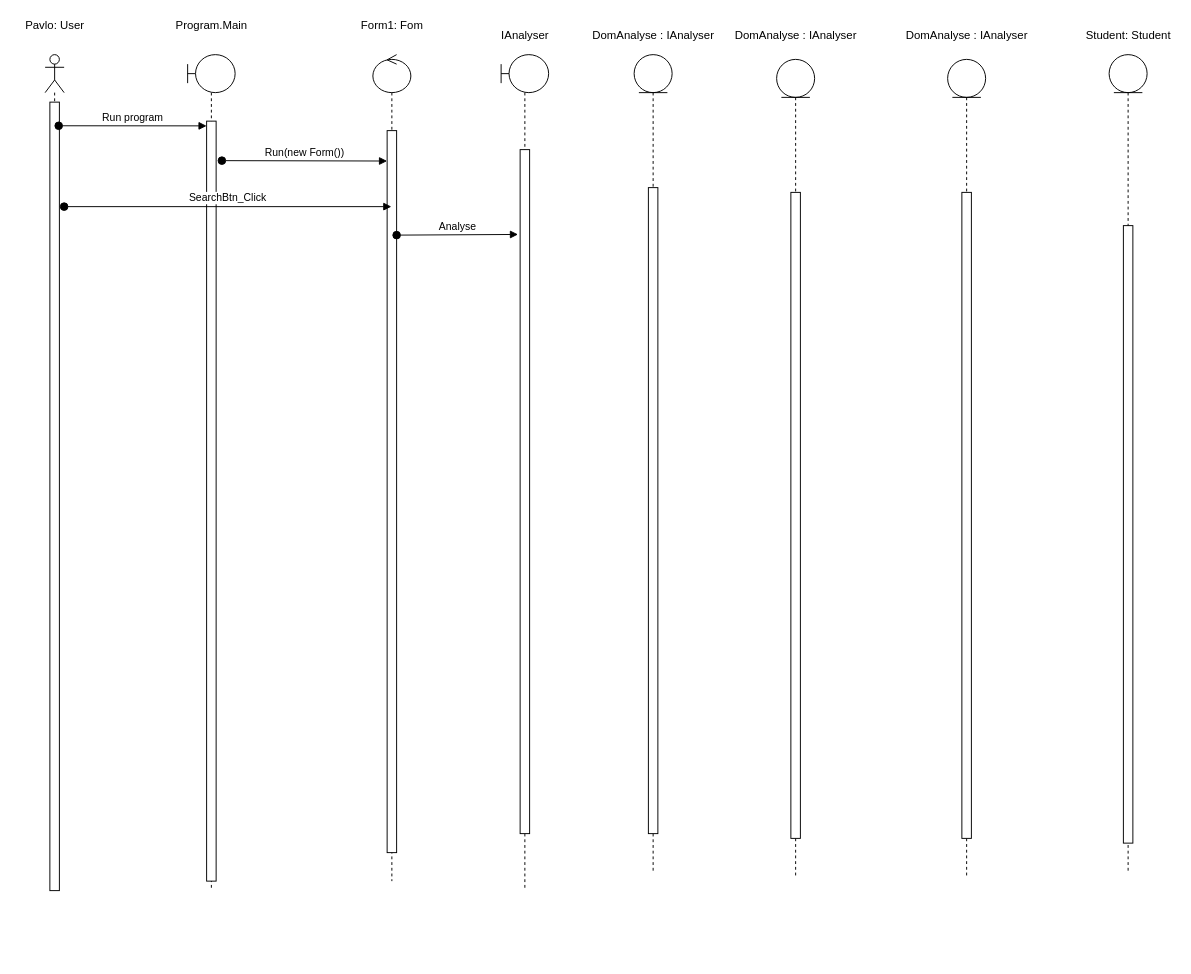
Earlier version of the draw.io diagram SequenceDiagram.drawio (pashokred/Lab2). Source tidied: cells renumbered, new cells numbered last; positions are measured from the earlier drawing's top-left corner, leaving out a move shared by most shapes. Both pictures are drawn from the tidied source at 95%, with x=0, y=0 at pixel (16, 16).
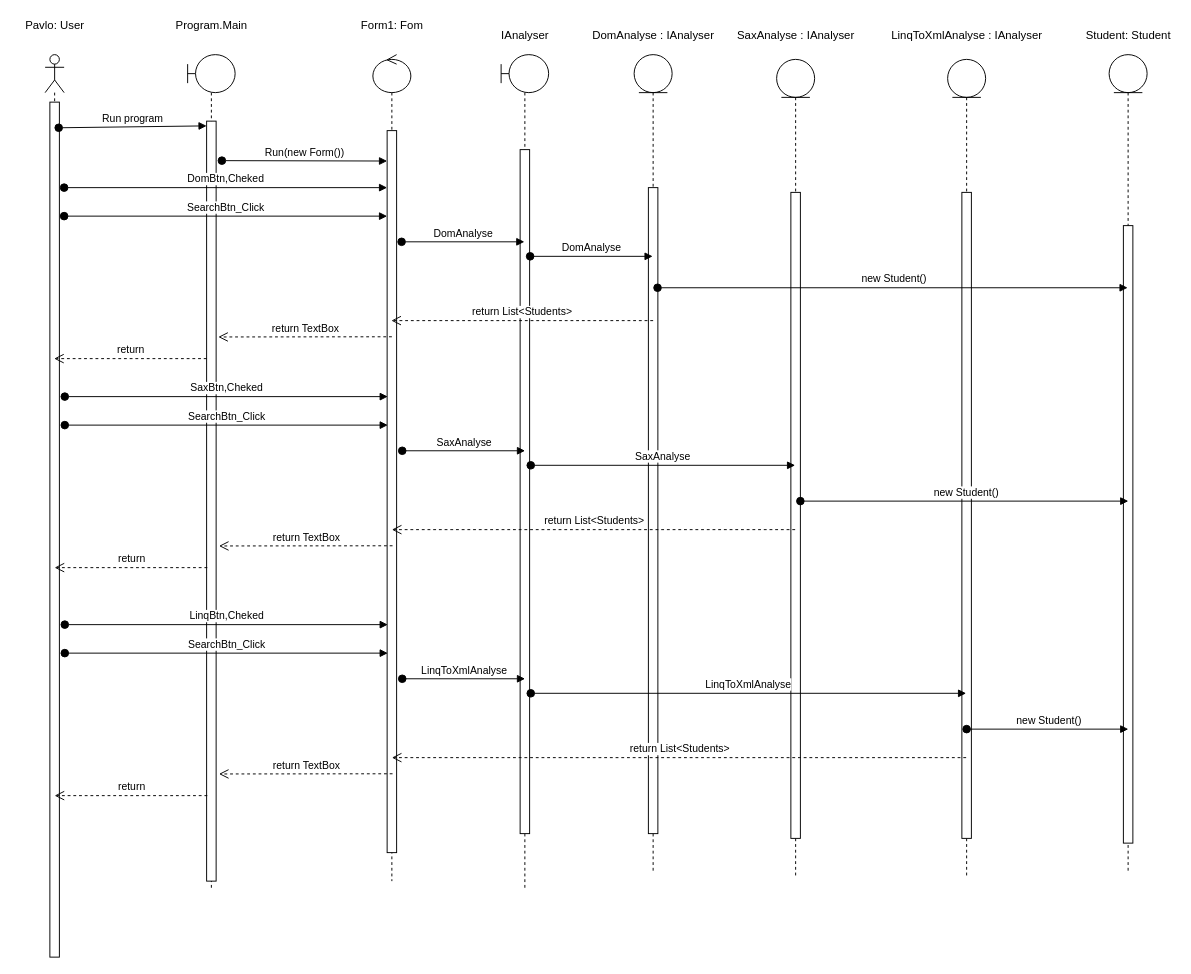
The same diagram, later.

Change to the diagram source:
```diff
@@
-    <mxCell id="2" style="shape=umlLifeline;participant=umlActor;perimeter=lifelinePerimeter;whiteSpace=wrap;html=1;verticalAlign=top;spacingTop=36;" parent="1" vertex="1">
-      <mxGeometry x="30" y="40" width="20" height="880" as="geometry" />
-    </mxCell>
-    <mxCell id="3" style="html=1;points=[];perimeter=orthogonalPerimeter;" parent="2" vertex="1">
-      <mxGeometry x="5" y="50" width="10" height="830" as="geometry" />
-    </mxCell>
-    <mxCell id="4" style="shape=umlLifeline;participant=umlBoundary;perimeter=lifelinePerimeter;whiteSpace=wrap;html=1;verticalAlign=top;spacingTop=36;" parent="1" vertex="1">
-      <mxGeometry x="180" y="40" width="50" height="880" as="geometry" />
-    </mxCell>
+    <mxCell id="30" style="shape=umlLifeline;participant=umlActor;perimeter=lifelinePerimeter;whiteSpace=wrap;html=1;verticalAlign=top;spacingTop=36;outlineConnect=0;" parent="1" vertex="1">
+      <mxGeometry x="30" y="40" width="20" height="950" as="geometry" />
+    </mxCell>
+    <mxCell id="31" style="html=1;points=[];perimeter=orthogonalPerimeter;" parent="30" vertex="1">
+      <mxGeometry x="5" y="50" width="10" height="900" as="geometry" />
+    </mxCell>
+    <mxCell id="32" style="shape=umlLifeline;participant=umlBoundary;perimeter=lifelinePerimeter;whiteSpace=wrap;html=1;verticalAlign=top;spacingTop=36;" parent="1" vertex="1">
+      <mxGeometry x="180" y="40" width="50" height="880" as="geometry" />
+    </mxCell>
-    <mxCell id="5" style="html=1;points=[];perimeter=orthogonalPerimeter;" parent="4" vertex="1">
+    <mxCell id="5" style="html=1;points=[];perimeter=orthogonalPerimeter;" parent="32" vertex="1">
       <mxGeometry x="20" y="70" width="10" height="800" as="geometry" />
     </mxCell>
-    <mxCell id="6" style="shape=umlLifeline;participant=umlControl;perimeter=lifelinePerimeter;whiteSpace=wrap;html=1;verticalAlign=top;spacingTop=36;outlineConnect=0;" parent="1" vertex="1">
-      <mxGeometry x="375" y="40" width="40" height="870" as="geometry" />
-    </mxCell>
+    <mxCell id="33" style="shape=umlLifeline;participant=umlControl;perimeter=lifelinePerimeter;whiteSpace=wrap;html=1;verticalAlign=top;spacingTop=36;outlineConnect=0;" parent="1" vertex="1">
+      <mxGeometry x="375" y="40" width="40" height="870" as="geometry" />
+    </mxCell>
-    <mxCell id="7" style="html=1;points=[];perimeter=orthogonalPerimeter;" parent="6" vertex="1">
+    <mxCell id="7" style="html=1;points=[];perimeter=orthogonalPerimeter;" parent="33" vertex="1">
       <mxGeometry x="15" y="80" width="10" height="760" as="geometry" />
     </mxCell>
-    <mxCell id="8" style="shape=umlLifeline;participant=umlEntity;perimeter=lifelinePerimeter;whiteSpace=wrap;html=1;verticalAlign=top;spacingTop=36;" parent="1" vertex="1">
-      <mxGeometry x="650" y="40" width="40" height="860" as="geometry" />
-    </mxCell>
-    <mxCell id="9" style="html=1;perimeter=orthogonalPerimeter;" parent="8" vertex="1">
-      <mxGeometry x="15" y="140" width="10" height="680" as="geometry" />
-    </mxCell>
+    <mxCell id="34" style="shape=umlLifeline;participant=umlEntity;perimeter=lifelinePerimeter;whiteSpace=wrap;html=1;verticalAlign=top;spacingTop=36;outlineConnect=0;" parent="1" vertex="1">
+      <mxGeometry x="650" y="40" width="40" height="860" as="geometry" />
+    </mxCell>
+    <mxCell id="35" style="html=1;points=[];perimeter=orthogonalPerimeter;" parent="34" vertex="1">
+      <mxGeometry x="15" y="140" width="10" height="680" as="geometry" />
+    </mxCell>
@@
-    <mxCell id="14" style="shape=umlLifeline;participant=umlEntity;perimeter=lifelinePerimeter;whiteSpace=wrap;html=1;verticalAlign=top;spacingTop=36;" parent="1" vertex="1">
-      <mxGeometry x="800" y="45" width="40" height="860" as="geometry" />
-    </mxCell>
-    <mxCell id="15" style="html=1;perimeter=orthogonalPerimeter;" parent="14" vertex="1">
-      <mxGeometry x="15" y="140" width="10" height="680" as="geometry" />
-    </mxCell>
-    <mxCell id="16" value="DomAnalyse&amp;nbsp;: IAnalyser" style="text;html=1;align=center;verticalAlign=middle;" parent="1" vertex="1">
-      <mxGeometry x="750" y="10" width="140" height="20" as="geometry" />
-    </mxCell>
-    <mxCell id="17" style="shape=umlLifeline;participant=umlEntity;perimeter=lifelinePerimeter;whiteSpace=wrap;html=1;verticalAlign=top;spacingTop=36;" parent="1" vertex="1">
-      <mxGeometry x="980" y="45" width="40" height="860" as="geometry" />
-    </mxCell>
-    <mxCell id="18" style="html=1;perimeter=orthogonalPerimeter;" parent="17" vertex="1">
-      <mxGeometry x="15" y="140" width="10" height="680" as="geometry" />
-    </mxCell>
-    <mxCell id="19" style="shape=umlLifeline;participant=umlBoundary;perimeter=lifelinePerimeter;whiteSpace=wrap;html=1;verticalAlign=top;spacingTop=36;" parent="1" vertex="1">
-      <mxGeometry x="510" y="40" width="50" height="880" as="geometry" />
-    </mxCell>
+    <mxCell id="36" style="shape=umlLifeline;participant=umlEntity;perimeter=lifelinePerimeter;whiteSpace=wrap;html=1;verticalAlign=top;spacingTop=36;outlineConnect=0;" parent="1" vertex="1">
+      <mxGeometry x="800" y="45" width="40" height="860" as="geometry" />
+    </mxCell>
+    <mxCell id="37" style="html=1;points=[];perimeter=orthogonalPerimeter;" parent="36" vertex="1">
+      <mxGeometry x="15" y="140" width="10" height="680" as="geometry" />
+    </mxCell>
+    <mxCell id="38" value="SaxAnalyse&amp;nbsp;: IAnalyser" style="text;html=1;align=center;verticalAlign=middle;" parent="1" vertex="1">
+      <mxGeometry x="750" y="10" width="140" height="20" as="geometry" />
+    </mxCell>
+    <mxCell id="39" style="shape=umlLifeline;participant=umlEntity;perimeter=lifelinePerimeter;whiteSpace=wrap;html=1;verticalAlign=top;spacingTop=36;outlineConnect=0;" parent="1" vertex="1">
+      <mxGeometry x="980" y="45" width="40" height="860" as="geometry" />
+    </mxCell>
+    <mxCell id="40" style="html=1;perimeter=orthogonalPerimeter;" parent="39" vertex="1">
+      <mxGeometry x="15" y="140" width="10" height="680" as="geometry" />
+    </mxCell>
+    <mxCell id="41" style="shape=umlLifeline;participant=umlBoundary;perimeter=lifelinePerimeter;whiteSpace=wrap;html=1;verticalAlign=top;spacingTop=36;outlineConnect=0;" parent="1" vertex="1">
+      <mxGeometry x="510" y="40" width="50" height="880" as="geometry" />
+    </mxCell>
-    <mxCell id="20" style="html=1;points=[];perimeter=orthogonalPerimeter;" parent="19" vertex="1">
+    <mxCell id="20" style="html=1;points=[];perimeter=orthogonalPerimeter;" parent="41" vertex="1">
       <mxGeometry x="20" y="100" width="10" height="720" as="geometry" />
     </mxCell>
@@
-    <mxCell id="22" style="shape=umlLifeline;participant=umlEntity;perimeter=lifelinePerimeter;whiteSpace=wrap;html=1;verticalAlign=top;spacingTop=36;" parent="1" vertex="1">
-      <mxGeometry x="1150" y="40" width="40" height="860" as="geometry" />
-    </mxCell>
+    <mxCell id="42" style="shape=umlLifeline;participant=umlEntity;perimeter=lifelinePerimeter;whiteSpace=wrap;html=1;verticalAlign=top;spacingTop=36;outlineConnect=0;" parent="1" vertex="1">
+      <mxGeometry x="1150" y="40" width="40" height="860" as="geometry" />
+    </mxCell>
-    <mxCell id="23" style="html=1;perimeter=orthogonalPerimeter;" parent="22" vertex="1">
+    <mxCell id="23" style="html=1;perimeter=orthogonalPerimeter;" parent="42" vertex="1">
       <mxGeometry x="15" y="180" width="10" height="650" as="geometry" />
     </mxCell>
@@
-    <mxCell id="25" value="DomAnalyse&amp;nbsp;: IAnalyser" style="text;html=1;align=center;verticalAlign=middle;" parent="1" vertex="1">
-      <mxGeometry x="930" y="10" width="140" height="20" as="geometry" />
-    </mxCell>
+    <mxCell id="43" value="LinqToXmlAnalyse&amp;nbsp;: IAnalyser" style="text;html=1;align=center;verticalAlign=middle;" parent="1" vertex="1">
+      <mxGeometry x="915" y="10" width="170" height="20" as="geometry" />
+    </mxCell>
-    <mxCell id="26" value="Run program" style="html=1;verticalAlign=bottom;startArrow=oval;startFill=1;endArrow=block;startSize=8;exitX=0.929;exitY=0.03;exitDx=0;exitDy=0;exitPerimeter=0;" parent="1" edge="1" source="3">
+    <mxCell id="26" value="Run program" style="html=1;verticalAlign=bottom;startArrow=oval;startFill=1;endArrow=block;startSize=8;exitX=0.929;exitY=0.03;exitDx=0;exitDy=0;exitPerimeter=0;" parent="1" edge="1" source="31">
       <mxGeometry relative="1" as="geometry">
         <mxPoint x="200" y="115" as="targetPoint" />
       </mxGeometry>
     </mxCell>
@@
-    <mxCell id="28" value="SearchBtn_Click" style="html=1;verticalAlign=bottom;startArrow=oval;startFill=1;endArrow=block;startSize=8;" parent="1" edge="1" target="6">
-      <mxGeometry relative="1" as="geometry">
-        <mxPoint x="50" y="200" as="sourcePoint" />
-      </mxGeometry>
-    </mxCell>
-    <mxCell id="29" value="Analyse" style="html=1;verticalAlign=bottom;startArrow=oval;startFill=1;endArrow=block;startSize=8;entryX=-0.218;entryY=0.124;entryDx=0;entryDy=0;entryPerimeter=0;" parent="1" edge="1" target="20">
-      <mxGeometry relative="1" as="geometry">
-        <mxPoint x="400" y="230" as="sourcePoint" />
-      </mxGeometry>
-    </mxCell>
+    <mxCell id="44" value="SearchBtn_Click" style="html=1;verticalAlign=bottom;startArrow=oval;startFill=1;endArrow=block;startSize=8;" parent="1" edge="1">
+      <mxGeometry relative="1" as="geometry">
+        <mxPoint x="50" y="210" as="sourcePoint" />
+        <mxPoint x="390" y="210" as="targetPoint" />
+      </mxGeometry>
+    </mxCell>
+    <mxCell id="45" value="DomAnalyse" style="html=1;verticalAlign=bottom;startArrow=oval;startFill=1;endArrow=block;startSize=8;exitX=1.524;exitY=0.154;exitDx=0;exitDy=0;exitPerimeter=0;" parent="1" edge="1" source="7" target="41">
+      <mxGeometry relative="1" as="geometry" />
+    </mxCell>
+    <mxCell id="46" value="DomBtn,Cheked" style="html=1;verticalAlign=bottom;startArrow=oval;startFill=1;endArrow=block;startSize=8;" parent="1" edge="1">
+      <mxGeometry relative="1" as="geometry">
+        <mxPoint x="50" y="180" as="sourcePoint" />
+        <mxPoint x="390" y="180" as="targetPoint" />
+      </mxGeometry>
+    </mxCell>
+    <mxCell id="47" value="DomAnalyse" style="html=1;verticalAlign=bottom;startArrow=oval;startFill=1;endArrow=block;startSize=8;exitX=1.053;exitY=0.156;exitDx=0;exitDy=0;exitPerimeter=0;" parent="1" edge="1" source="20" target="34">
+      <mxGeometry relative="1" as="geometry" />
+    </mxCell>
+    <mxCell id="48" value="return List&amp;lt;Students&amp;gt;" style="html=1;verticalAlign=bottom;endArrow=open;dashed=1;endSize=8;" parent="1" edge="1" target="33">
+      <mxGeometry relative="1" as="geometry">
+        <mxPoint x="670" y="320" as="sourcePoint" />
+      </mxGeometry>
+    </mxCell>
+    <mxCell id="49" value="&amp;nbsp;new Student()" style="html=1;verticalAlign=bottom;startArrow=oval;startFill=1;endArrow=block;startSize=8;exitX=0.965;exitY=0.155;exitDx=0;exitDy=0;exitPerimeter=0;" parent="1" edge="1" source="35" target="42">
+      <mxGeometry relative="1" as="geometry" />
+    </mxCell>
+    <mxCell id="50" value="return TextBox" style="html=1;verticalAlign=bottom;endArrow=open;dashed=1;endSize=8;entryX=1.229;entryY=0.284;entryDx=0;entryDy=0;entryPerimeter=0;" parent="1" edge="1" target="5">
+      <mxGeometry relative="1" as="geometry">
+        <mxPoint x="395" y="337" as="sourcePoint" />
+      </mxGeometry>
+    </mxCell>
+    <mxCell id="51" value="return" style="html=1;verticalAlign=bottom;endArrow=open;dashed=1;endSize=8;" parent="1" edge="1" target="30">
+      <mxGeometry relative="1" as="geometry">
+        <mxPoint x="200" y="360" as="sourcePoint" />
+      </mxGeometry>
+    </mxCell>
+    <mxCell id="52" value="SearchBtn_Click" style="html=1;verticalAlign=bottom;startArrow=oval;startFill=1;endArrow=block;startSize=8;" parent="1" edge="1">
+      <mxGeometry relative="1" as="geometry">
+        <mxPoint x="50.7" y="430" as="sourcePoint" />
+        <mxPoint x="390.7" y="430" as="targetPoint" />
+      </mxGeometry>
+    </mxCell>
+    <mxCell id="53" value="SaxAnalyse" style="html=1;verticalAlign=bottom;startArrow=oval;startFill=1;endArrow=block;startSize=8;exitX=1.524;exitY=0.154;exitDx=0;exitDy=0;exitPerimeter=0;" parent="1" edge="1">
+      <mxGeometry relative="1" as="geometry">
+        <mxPoint x="405.9" y="457" as="sourcePoint" />
+        <mxPoint x="535.2" y="457" as="targetPoint" />
+      </mxGeometry>
+    </mxCell>
+    <mxCell id="54" value="SaxBtn,Cheked" style="html=1;verticalAlign=bottom;startArrow=oval;startFill=1;endArrow=block;startSize=8;" parent="1" edge="1">
+      <mxGeometry relative="1" as="geometry">
+        <mxPoint x="50.7" y="400" as="sourcePoint" />
+        <mxPoint x="390.7" y="400" as="targetPoint" />
+      </mxGeometry>
+    </mxCell>
+    <mxCell id="55" value="SaxAnalyse" style="html=1;verticalAlign=bottom;startArrow=oval;startFill=1;endArrow=block;startSize=8;exitX=1.053;exitY=0.156;exitDx=0;exitDy=0;exitPerimeter=0;" parent="1" edge="1" target="36">
+      <mxGeometry relative="1" as="geometry">
+        <mxPoint x="541.2" y="472.3" as="sourcePoint" />
+      </mxGeometry>
+    </mxCell>
+    <mxCell id="56" value="return List&amp;lt;Students&amp;gt;" style="html=1;verticalAlign=bottom;endArrow=open;dashed=1;endSize=8;" parent="1" edge="1" source="36">
+      <mxGeometry relative="1" as="geometry">
+        <mxPoint x="395" y="540" as="targetPoint" />
+      </mxGeometry>
+    </mxCell>
+    <mxCell id="57" value="&amp;nbsp;new Student()" style="html=1;verticalAlign=bottom;startArrow=oval;startFill=1;endArrow=block;startSize=8;" parent="1" edge="1" source="37">
+      <mxGeometry relative="1" as="geometry">
+        <mxPoint x="1170.2" y="510" as="targetPoint" />
+      </mxGeometry>
+    </mxCell>
+    <mxCell id="58" value="return TextBox" style="html=1;verticalAlign=bottom;endArrow=open;dashed=1;endSize=8;entryX=1.229;entryY=0.284;entryDx=0;entryDy=0;entryPerimeter=0;" parent="1" edge="1">
+      <mxGeometry relative="1" as="geometry">
+        <mxPoint x="395.7" y="557" as="sourcePoint" />
+        <mxPoint x="213" y="557.2" as="targetPoint" />
+      </mxGeometry>
+    </mxCell>
+    <mxCell id="59" value="return" style="html=1;verticalAlign=bottom;endArrow=open;dashed=1;endSize=8;" parent="1" edge="1">
+      <mxGeometry relative="1" as="geometry">
+        <mxPoint x="200.7" y="580" as="sourcePoint" />
+        <mxPoint x="40" y="580" as="targetPoint" />
+      </mxGeometry>
+    </mxCell>
+    <mxCell id="60" value="SearchBtn_Click" style="html=1;verticalAlign=bottom;startArrow=oval;startFill=1;endArrow=block;startSize=8;" parent="1" edge="1">
+      <mxGeometry relative="1" as="geometry">
+        <mxPoint x="50.7" y="670" as="sourcePoint" />
+        <mxPoint x="390.7" y="670" as="targetPoint" />
+      </mxGeometry>
+    </mxCell>
+    <mxCell id="61" value="LinqToXmlAnalyse" style="html=1;verticalAlign=bottom;startArrow=oval;startFill=1;endArrow=block;startSize=8;exitX=1.524;exitY=0.154;exitDx=0;exitDy=0;exitPerimeter=0;" parent="1" edge="1">
+      <mxGeometry relative="1" as="geometry">
+        <mxPoint x="405.9" y="697" as="sourcePoint" />
+        <mxPoint x="535.2" y="697" as="targetPoint" />
+      </mxGeometry>
+    </mxCell>
+    <mxCell id="62" value="LinqBtn,Cheked" style="html=1;verticalAlign=bottom;startArrow=oval;startFill=1;endArrow=block;startSize=8;" parent="1" edge="1">
+      <mxGeometry relative="1" as="geometry">
+        <mxPoint x="50.7" y="640" as="sourcePoint" />
+        <mxPoint x="390.7" y="640" as="targetPoint" />
+      </mxGeometry>
+    </mxCell>
+    <mxCell id="63" value="LinqToXmlAnalyse" style="html=1;verticalAlign=bottom;startArrow=oval;startFill=1;endArrow=block;startSize=8;exitX=1.053;exitY=0.156;exitDx=0;exitDy=0;exitPerimeter=0;" parent="1" edge="1" target="39">
+      <mxGeometry relative="1" as="geometry">
+        <mxPoint x="541.2" y="712.3" as="sourcePoint" />
+      </mxGeometry>
+    </mxCell>
+    <mxCell id="64" value="return List&amp;lt;Students&amp;gt;" style="html=1;verticalAlign=bottom;endArrow=open;dashed=1;endSize=8;" parent="1" edge="1" source="39">
+      <mxGeometry relative="1" as="geometry">
+        <mxPoint x="395" y="780" as="targetPoint" />
+      </mxGeometry>
+    </mxCell>
+    <mxCell id="65" value="&amp;nbsp;new Student()" style="html=1;verticalAlign=bottom;startArrow=oval;startFill=1;endArrow=block;startSize=8;" parent="1" edge="1">
+      <mxGeometry relative="1" as="geometry">
+        <mxPoint x="1000" y="750" as="sourcePoint" />
+        <mxPoint x="1170.2" y="750" as="targetPoint" />
+      </mxGeometry>
+    </mxCell>
+    <mxCell id="66" value="return TextBox" style="html=1;verticalAlign=bottom;endArrow=open;dashed=1;endSize=8;entryX=1.229;entryY=0.284;entryDx=0;entryDy=0;entryPerimeter=0;" parent="1" edge="1">
+      <mxGeometry relative="1" as="geometry">
+        <mxPoint x="395.7" y="797" as="sourcePoint" />
+        <mxPoint x="213" y="797.2" as="targetPoint" />
+      </mxGeometry>
+    </mxCell>
+    <mxCell id="67" value="return" style="html=1;verticalAlign=bottom;endArrow=open;dashed=1;endSize=8;" parent="1" edge="1">
+      <mxGeometry relative="1" as="geometry">
+        <mxPoint x="200.7" y="820" as="sourcePoint" />
+        <mxPoint x="40" y="820" as="targetPoint" />
+      </mxGeometry>
+    </mxCell>
```
